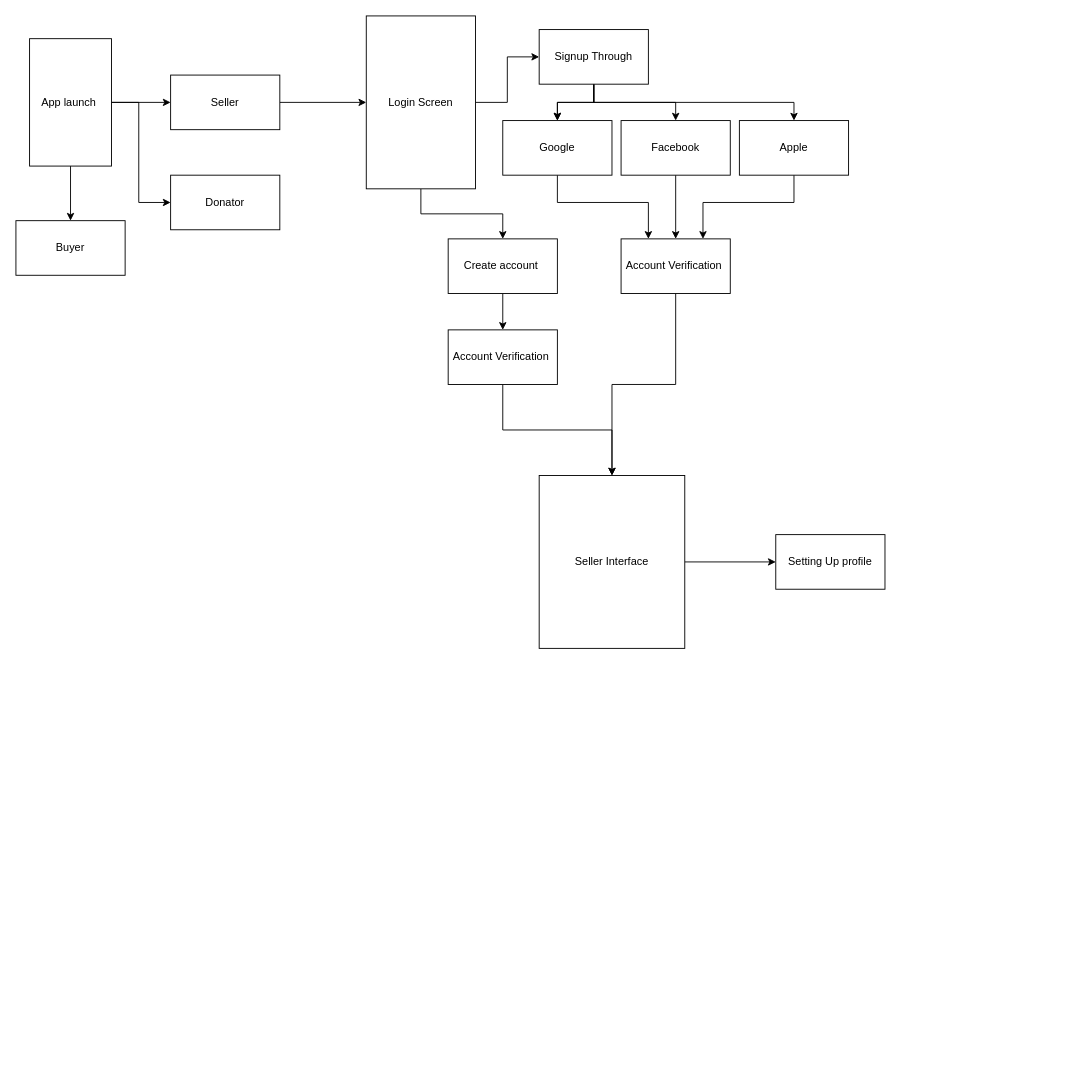
Above: Untitled Diagram.drawio in kesavaram96/UserFlowDiagram (draw.io), before the change. Source tidied: cells renumbered, new cells numbered last; positions are measured from the earlier drawing's top-left corner, leaving out a move shared by most shapes. Both pictures are drawn from the tidied source at 91%, with x=0, y=0 at pixel (15, 15).
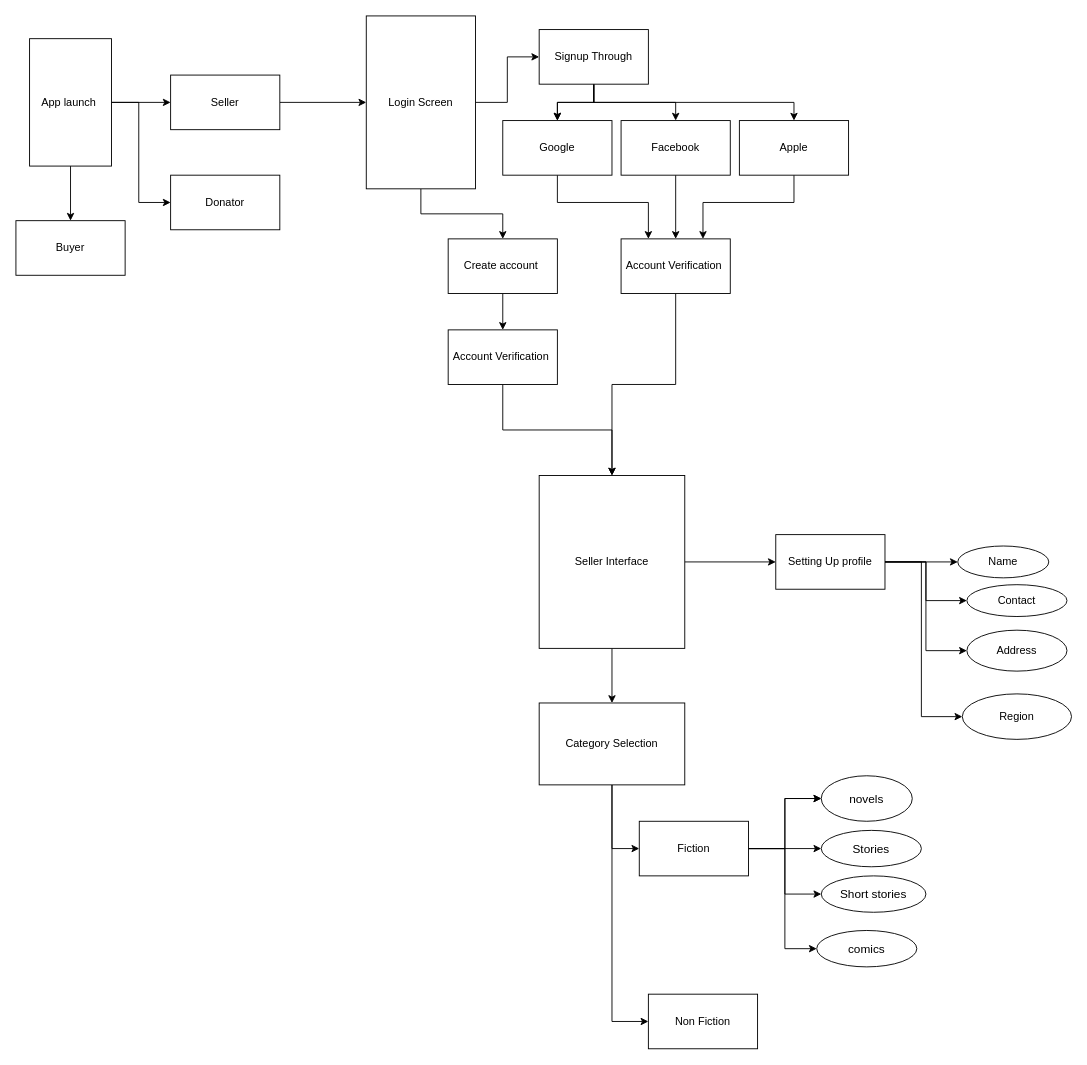
Above is the later version.

Unchanged cells that the change refers to:
```xml
<mxCell id="31" value="Seller Interface" style="rounded=0;whiteSpace=wrap;html=1;" parent="1" vertex="1">
  <mxGeometry x="575" y="505" width="160" height="190" as="geometry" />
</mxCell>
<mxCell id="32" value="Setting Up profile" style="whiteSpace=wrap;html=1;rounded=0;" parent="1" vertex="1">
  <mxGeometry x="835" y="570" width="120" height="60" as="geometry" />
</mxCell>
```

What changed in the source:
```diff
@@
+    <mxCell id="33" style="edgeStyle=orthogonalEdgeStyle;rounded=0;jettySize=auto;html=1;" parent="1" edge="1" source="31" target="44">
+      <mxGeometry relative="1" as="geometry" />
+    </mxCell>
@@
+    <mxCell id="34" style="edgeStyle=orthogonalEdgeStyle;rounded=0;jettySize=auto;html=1;" parent="1" edge="1" source="32" target="38">
+      <mxGeometry relative="1" as="geometry" />
+    </mxCell>
+    <mxCell id="35" style="edgeStyle=orthogonalEdgeStyle;rounded=0;jettySize=auto;html=1;" parent="1" edge="1" source="32" target="39">
+      <mxGeometry relative="1" as="geometry" />
+    </mxCell>
+    <mxCell id="36" style="edgeStyle=orthogonalEdgeStyle;rounded=0;jettySize=auto;html=1;" parent="1" edge="1" source="32" target="40">
+      <mxGeometry relative="1" as="geometry">
+        <Array as="points">
+          <mxPoint x="1000" y="600" />
+        </Array>
+      </mxGeometry>
+    </mxCell>
+    <mxCell id="37" style="edgeStyle=orthogonalEdgeStyle;rounded=0;jettySize=auto;html=1;" parent="1" edge="1" source="32" target="41">
+      <mxGeometry relative="1" as="geometry">
+        <Array as="points">
+          <mxPoint x="995" y="600" />
+          <mxPoint x="995" y="770" />
+        </Array>
+      </mxGeometry>
+    </mxCell>
@@
+    <mxCell id="38" value="Name" style="ellipse;whiteSpace=wrap;html=1;rounded=0;" parent="1" vertex="1">
+      <mxGeometry x="1035" y="582.5" width="100" height="35" as="geometry" />
+    </mxCell>
+    <mxCell id="39" value="Contact" style="ellipse;whiteSpace=wrap;html=1;rounded=0;" parent="1" vertex="1">
+      <mxGeometry x="1045" y="625" width="110" height="35" as="geometry" />
+    </mxCell>
+    <mxCell id="40" value="Address" style="ellipse;whiteSpace=wrap;html=1;rounded=0;" parent="1" vertex="1">
+      <mxGeometry x="1045" y="675" width="110" height="45" as="geometry" />
+    </mxCell>
+    <mxCell id="41" value="Region" style="ellipse;whiteSpace=wrap;html=1;rounded=0;" parent="1" vertex="1">
+      <mxGeometry x="1040" y="745" width="120" height="50" as="geometry" />
+    </mxCell>
+    <mxCell id="42" style="edgeStyle=orthogonalEdgeStyle;rounded=0;jettySize=auto;html=1;entryX=0;entryY=0.5;entryDx=0;entryDy=0;" parent="1" edge="1" source="44" target="50">
+      <mxGeometry relative="1" as="geometry" />
+    </mxCell>
+    <mxCell id="43" style="edgeStyle=orthogonalEdgeStyle;rounded=0;jettySize=auto;html=1;entryX=0;entryY=0.5;entryDx=0;entryDy=0;" parent="1" edge="1" source="44" target="51">
+      <mxGeometry relative="1" as="geometry" />
+    </mxCell>
+    <mxCell id="44" value="Category Selection" style="rounded=0;whiteSpace=wrap;html=1;" parent="1" vertex="1">
+      <mxGeometry x="575" y="755" width="160" height="90" as="geometry" />
+    </mxCell>
+    <mxCell id="45" style="edgeStyle=orthogonalEdgeStyle;rounded=0;jettySize=auto;html=1;" parent="1" edge="1" source="50" target="52">
+      <mxGeometry relative="1" as="geometry" />
+    </mxCell>
+    <mxCell id="46" style="edgeStyle=orthogonalEdgeStyle;rounded=0;jettySize=auto;html=1;" parent="1" edge="1" source="50" target="52">
+      <mxGeometry relative="1" as="geometry" />
+    </mxCell>
+    <mxCell id="47" style="edgeStyle=orthogonalEdgeStyle;rounded=0;jettySize=auto;html=1;" parent="1" edge="1" source="50" target="53">
+      <mxGeometry relative="1" as="geometry" />
+    </mxCell>
+    <mxCell id="48" style="edgeStyle=orthogonalEdgeStyle;rounded=0;jettySize=auto;html=1;" parent="1" edge="1" source="50" target="54">
+      <mxGeometry relative="1" as="geometry" />
+    </mxCell>
+    <mxCell id="49" style="edgeStyle=orthogonalEdgeStyle;rounded=0;jettySize=auto;html=1;" parent="1" edge="1" source="50" target="55">
+      <mxGeometry relative="1" as="geometry">
+        <Array as="points">
+          <mxPoint x="845" y="915" />
+          <mxPoint x="845" y="1025" />
+        </Array>
+      </mxGeometry>
+    </mxCell>
+    <mxCell id="50" value="Fiction" style="rounded=0;whiteSpace=wrap;html=1;" parent="1" vertex="1">
+      <mxGeometry x="685" y="885" width="120" height="60" as="geometry" />
+    </mxCell>
+    <mxCell id="51" value="Non Fiction" style="rounded=0;whiteSpace=wrap;html=1;" parent="1" vertex="1">
+      <mxGeometry x="695" y="1075" width="120" height="60" as="geometry" />
+    </mxCell>
+    <mxCell id="52" value="&lt;span style=&quot;font-family: &amp;#34;arial&amp;#34; ; font-size: 13px ; text-align: left ; background-color: rgb(255 , 255 , 255)&quot;&gt;novels &lt;/span&gt;" style="ellipse;whiteSpace=wrap;html=1;rounded=0;" parent="1" vertex="1">
+      <mxGeometry x="885" y="835" width="100" height="50" as="geometry" />
+    </mxCell>
+    <mxCell id="53" value="&lt;span style=&quot;font-family: &amp;#34;arial&amp;#34; ; font-size: 13px ; text-align: left ; background-color: rgb(255 , 255 , 255)&quot;&gt;Stories&lt;/span&gt;" style="ellipse;whiteSpace=wrap;html=1;" parent="1" vertex="1">
+      <mxGeometry x="885" y="895" width="110" height="40" as="geometry" />
+    </mxCell>
+    <mxCell id="54" value="&lt;span style=&quot;font-family: &amp;#34;arial&amp;#34; ; font-size: 13px ; text-align: left ; background-color: rgb(255 , 255 , 255)&quot;&gt;Short stories &lt;/span&gt;" style="ellipse;whiteSpace=wrap;html=1;" parent="1" vertex="1">
+      <mxGeometry x="885" y="945" width="115" height="40" as="geometry" />
+    </mxCell>
+    <mxCell id="55" value="&lt;span style=&quot;font-family: &amp;#34;arial&amp;#34; ; font-size: 13px ; text-align: left ; background-color: rgb(255 , 255 , 255)&quot;&gt;comics &lt;/span&gt;" style="ellipse;whiteSpace=wrap;html=1;" parent="1" vertex="1">
+      <mxGeometry x="880" y="1005" width="110" height="40" as="geometry" />
+    </mxCell>
```
